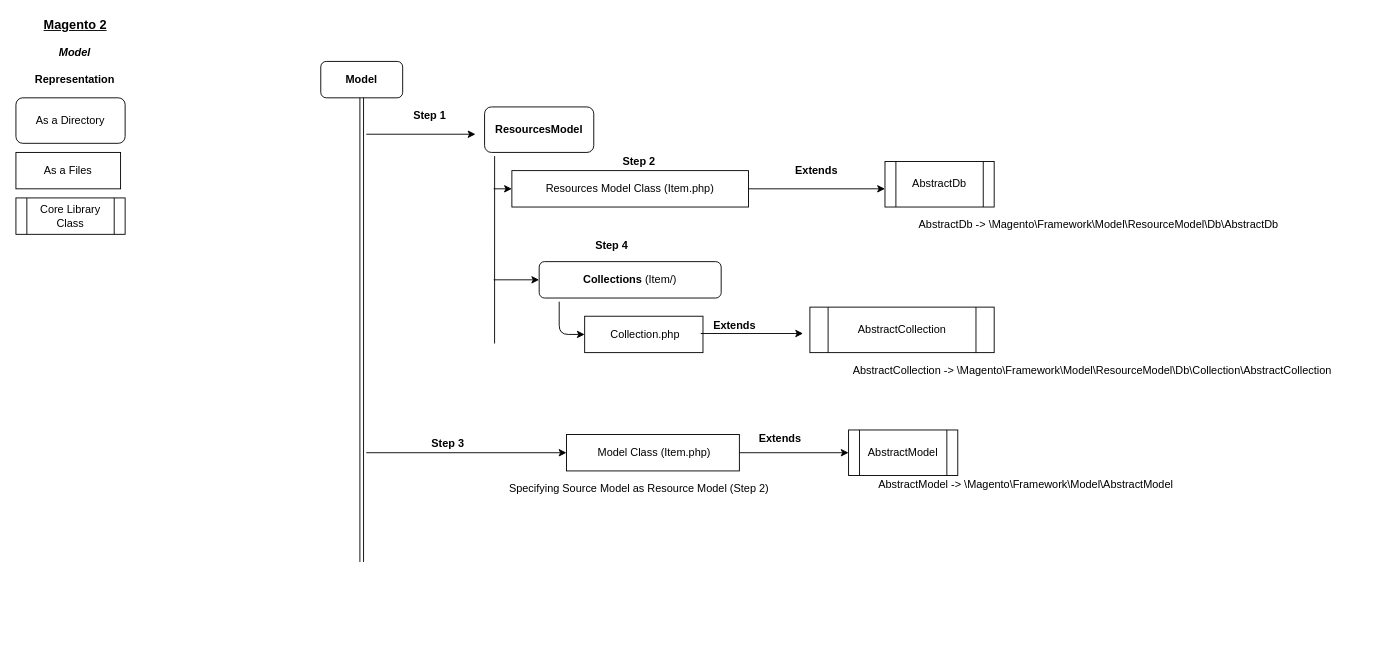
Above: Module-Model.drawio in tikam512/M2-Graph-Modules (draw.io), before the change. Source tidied: cells renumbered, new cells numbered last; positions are measured from the earlier drawing's top-left corner, leaving out a move shared by most shapes. Both pictures are drawn from the tidied source at 91%, with x=0, y=0 at pixel (15, 15).
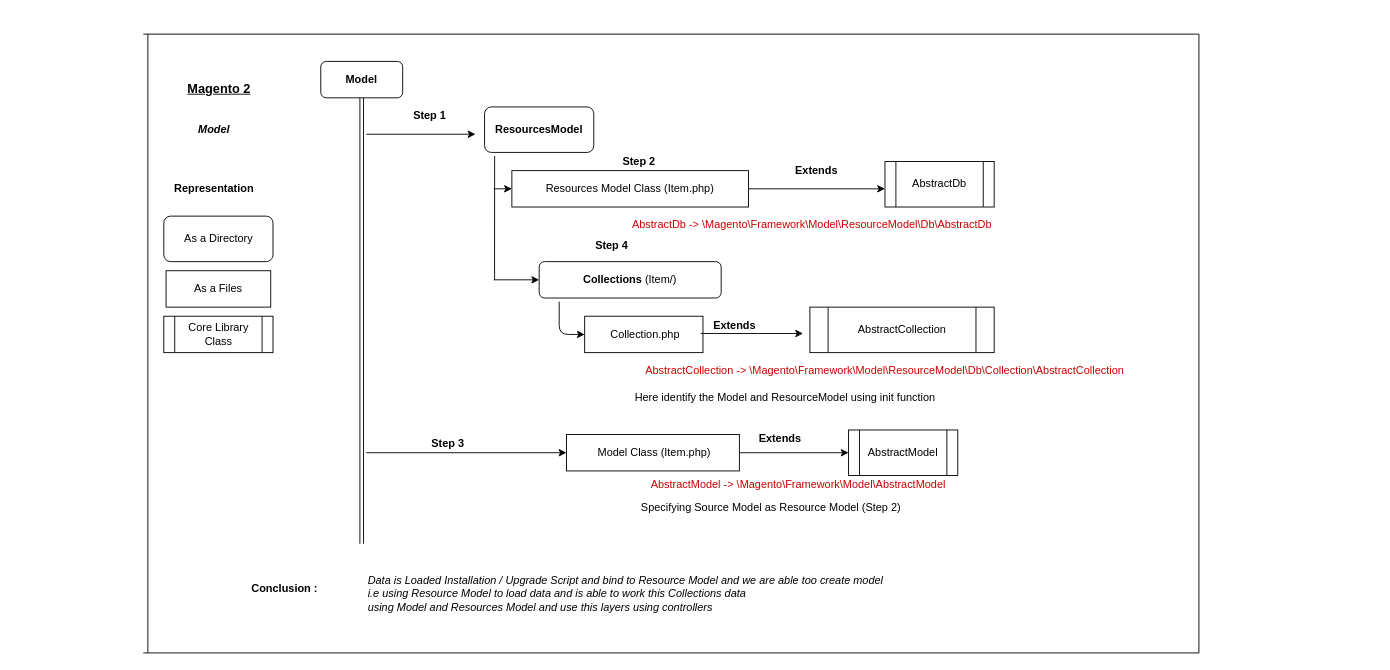
The same page after the edit.

Unchanged cells that the change refers to:
```xml
<mxCell id="4" value="&lt;b&gt;Model&lt;/b&gt;" style="rounded=1;whiteSpace=wrap;html=1;" parent="1" vertex="1">
  <mxGeometry x="335" y="50" width="90" height="40" as="geometry" />
</mxCell>
<mxCell id="8" value="&lt;b&gt;ResourcesModel&lt;/b&gt;" style="rounded=1;whiteSpace=wrap;html=1;" parent="1" vertex="1">
  <mxGeometry x="515" y="100" width="120" height="50" as="geometry" />
</mxCell>
```

Diff of the diagram source:
```diff
@@
     <mxCell id="2" value="&lt;i&gt;&lt;b&gt;Model&lt;/b&gt;&lt;/i&gt;" style="text;html=1;strokeColor=none;fillColor=none;align=center;verticalAlign=middle;whiteSpace=wrap;rounded=0;" parent="1" vertex="1">
-      <mxGeometry x="45" y="30" width="40" height="20" as="geometry" />
+      <mxGeometry x="197.5" y="115" width="40" height="20" as="geometry" />
     </mxCell>
     <mxCell id="3" value="&lt;div&gt;&lt;u&gt;&lt;font style=&quot;font-size: 14px&quot;&gt;&lt;b&gt;Magento 2&lt;/b&gt;&lt;/font&gt;&lt;/u&gt;&lt;/div&gt;" style="text;html=1;align=center;verticalAlign=middle;" parent="1" vertex="1">
-      <mxGeometry x="15" width="100" height="20" as="geometry" />
+      <mxGeometry x="172.5" y="70" width="100" height="20" as="geometry" />
     </mxCell>
@@
     <mxCell id="5" style="shape=link;html=1;entryX=0.5;entryY=1;entryDx=0;entryDy=0;" parent="1" edge="1" target="4">
       <mxGeometry relative="1" as="geometry">
-        <mxPoint x="380" y="600" as="sourcePoint" />
+        <mxPoint x="380" y="580" as="sourcePoint" />
       </mxGeometry>
     </mxCell>
@@
     <mxCell id="10" value="&lt;b&gt;Representation&lt;/b&gt;" style="text;html=1;strokeColor=none;fillColor=none;align=center;verticalAlign=middle;whiteSpace=wrap;rounded=0;" parent="1" vertex="1">
-      <mxGeometry y="60" width="130" height="20" as="geometry" />
+      <mxGeometry x="152.5" y="180" width="130" height="20" as="geometry" />
     </mxCell>
     <mxCell id="11" value="&lt;div&gt;As a Directory&lt;/div&gt;" style="rounded=1;whiteSpace=wrap;html=1;" parent="1" vertex="1">
-      <mxGeometry y="90" width="120" height="50" as="geometry" />
+      <mxGeometry x="162.5" y="220" width="120" height="50" as="geometry" />
     </mxCell>
@@
     <mxCell id="13" value="As a Files" style="rounded=0;whiteSpace=wrap;html=1;" parent="1" vertex="1">
-      <mxGeometry y="150" width="115" height="40" as="geometry" />
+      <mxGeometry x="165" y="280" width="115" height="40" as="geometry" />
     </mxCell>
@@
     <mxCell id="18" value="Core Library Class" style="shape=process;whiteSpace=wrap;html=1;backgroundOutline=1;" parent="1" vertex="1">
-      <mxGeometry y="200" width="120" height="40" as="geometry" />
+      <mxGeometry x="162.5" y="330" width="120" height="40" as="geometry" />
     </mxCell>
-    <mxCell id="19" value="AbstractDb -&amp;gt; \Magento\Framework\Model\ResourceModel\Db\AbstractDb" style="text;html=1;strokeColor=none;fillColor=none;align=center;verticalAlign=middle;whiteSpace=wrap;rounded=0;" parent="1" vertex="1">
-      <mxGeometry x="900" y="220" width="580" height="20" as="geometry" />
+    <mxCell id="19" value="&lt;p&gt;&lt;font color=&quot;#CC0000&quot;&gt;AbstractDb -&amp;gt; \Magento\Framework\Model\ResourceModel\Db\AbstractDb&lt;/font&gt;&lt;/p&gt;" style="text;html=1;strokeColor=none;fillColor=none;align=center;verticalAlign=middle;whiteSpace=wrap;rounded=0;" parent="1" vertex="1">
+      <mxGeometry x="585" y="220" width="580" height="20" as="geometry" />
     </mxCell>
     <mxCell id="20" style="endArrow=none;html=1;entryX=0.092;entryY=1.08;entryDx=0;entryDy=0;entryPerimeter=0;" parent="1" edge="1" target="8">
       <mxGeometry relative="1" as="geometry">
-        <mxPoint x="526" y="360" as="sourcePoint" />
+        <mxPoint x="526" y="290" as="sourcePoint" />
       </mxGeometry>
     </mxCell>
@@
-    <mxCell id="31" value="AbstractModel -&amp;gt; \Magento\Framework\Model\AbstractModel" style="text;html=1;strokeColor=none;fillColor=none;align=center;verticalAlign=middle;whiteSpace=wrap;rounded=0;" parent="1" vertex="1">
-      <mxGeometry x="895" y="505" width="430" height="20" as="geometry" />
+    <mxCell id="31" value="&lt;font color=&quot;#CC0000&quot;&gt;AbstractModel -&amp;gt; \Magento\Framework\Model\AbstractModel&lt;/font&gt;" style="text;html=1;strokeColor=none;fillColor=none;align=center;verticalAlign=middle;whiteSpace=wrap;rounded=0;" parent="1" vertex="1">
+      <mxGeometry x="645" y="505" width="430" height="20" as="geometry" />
     </mxCell>
     <mxCell id="32" value="Specifying Source Model as Resource Model (Step 2)" style="text;html=1;strokeColor=none;fillColor=none;align=center;verticalAlign=middle;whiteSpace=wrap;rounded=0;" parent="1" vertex="1">
-      <mxGeometry x="470" y="510" width="430" height="20" as="geometry" />
+      <mxGeometry x="615" y="530" width="430" height="20" as="geometry" />
     </mxCell>
@@
-    <mxCell id="38" value="AbstractCollection -&amp;gt; \Magento\Framework\Model\ResourceModel\Db\Collection\AbstractCollection" style="text;html=1;strokeColor=none;fillColor=none;align=center;verticalAlign=middle;whiteSpace=wrap;rounded=0;" parent="1" vertex="1">
-      <mxGeometry x="872.5" y="380" width="620" height="20" as="geometry" />
+    <mxCell id="38" value="&lt;font color=&quot;#CC0000&quot;&gt;AbstractCollection -&amp;gt; \Magento\Framework\Model\ResourceModel\Db\Collection\AbstractCollection&lt;/font&gt;" style="text;html=1;strokeColor=none;fillColor=none;align=center;verticalAlign=middle;whiteSpace=wrap;rounded=0;" parent="1" vertex="1">
+      <mxGeometry x="645" y="380" width="620" height="20" as="geometry" />
     </mxCell>
+    <mxCell id="39" value="Here identify the Model and ResourceModel using init function " style="text;html=1;align=center;verticalAlign=middle;" parent="1" vertex="1">
+      <mxGeometry x="645" y="410" width="400" height="20" as="geometry" />
+    </mxCell>
+    <mxCell id="40" value="&lt;b&gt;Conclusion : &lt;/b&gt;" style="text;html=1;align=center;verticalAlign=middle;" parent="1" vertex="1">
+      <mxGeometry x="245" y="620" width="100" height="20" as="geometry" />
+    </mxCell>
+    <mxCell id="41" value="&lt;div align=&quot;left&quot;&gt;&lt;i&gt;Data is Loaded Installation / Upgrade Script and bind to Resource Model and we are able too create model &lt;br&gt;&lt;/i&gt;&lt;/div&gt;&lt;div align=&quot;left&quot;&gt;&lt;i&gt;i.e using Resource Model to load data and is able to work this Collections data&amp;nbsp; &lt;br&gt;&lt;/i&gt;&lt;/div&gt;&lt;div align=&quot;left&quot;&gt;&lt;i&gt;using Model and Resources Model and use this layers using controllers &lt;/i&gt;&lt;/div&gt;" style="text;html=1;align=left;verticalAlign=middle;" parent="1" vertex="1">
+      <mxGeometry x="385" y="610" width="670" height="50" as="geometry" />
+    </mxCell>
+    <mxCell id="42" style="endArrow=none;html=1;" parent="1" edge="1">
+      <mxGeometry relative="1" as="geometry">
+        <mxPoint x="140" y="20" as="sourcePoint" />
+        <mxPoint x="1300" y="20" as="targetPoint" />
+      </mxGeometry>
+    </mxCell>
+    <mxCell id="43" style="endArrow=none;html=1;" parent="1" edge="1">
+      <mxGeometry relative="1" as="geometry">
+        <mxPoint x="145" y="20" as="sourcePoint" />
+        <mxPoint x="145" y="700" as="targetPoint" />
+      </mxGeometry>
+    </mxCell>
+    <mxCell id="44" style="endArrow=none;html=1;" parent="1" edge="1">
+      <mxGeometry relative="1" as="geometry">
+        <mxPoint x="1300" y="700" as="sourcePoint" />
+        <mxPoint x="1300" y="20" as="targetPoint" />
+      </mxGeometry>
+    </mxCell>
+    <mxCell id="45" style="endArrow=none;html=1;" parent="1" edge="1">
+      <mxGeometry relative="1" as="geometry">
+        <mxPoint x="140" y="700" as="sourcePoint" />
+        <mxPoint x="1300" y="700" as="targetPoint" />
+      </mxGeometry>
+    </mxCell>
```
